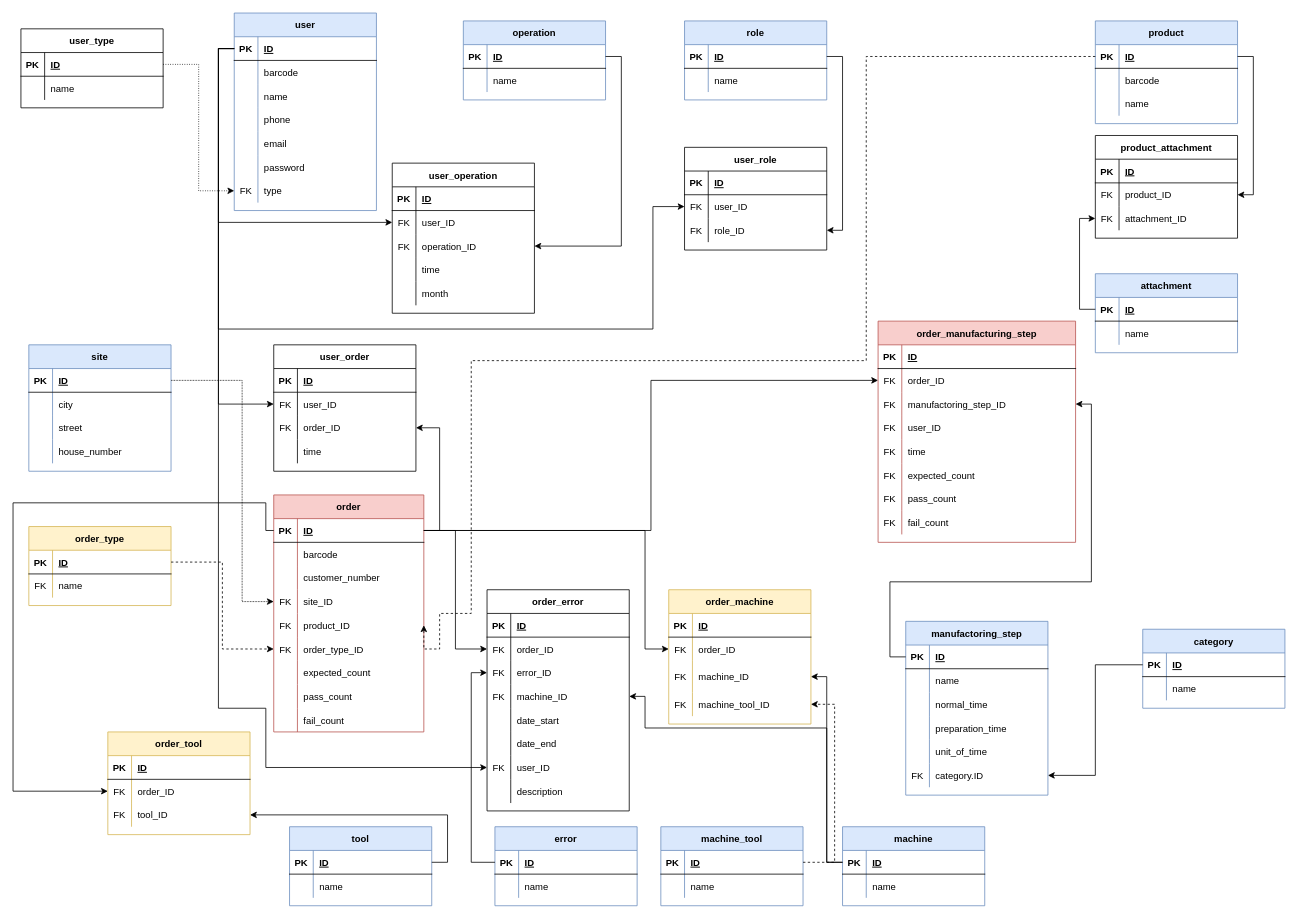
Before: DOC/diagrams/database_plan_2_0_0.drawio in KerteszZoltan/mesterminal, a draw.io diagram. Source tidied: cells renumbered, new cells numbered last; positions are measured from the earlier drawing's top-left corner, leaving out a move shared by most shapes. Both pictures are drawn from the tidied source at 79%, with x=0, y=0 at pixel (13, 13).
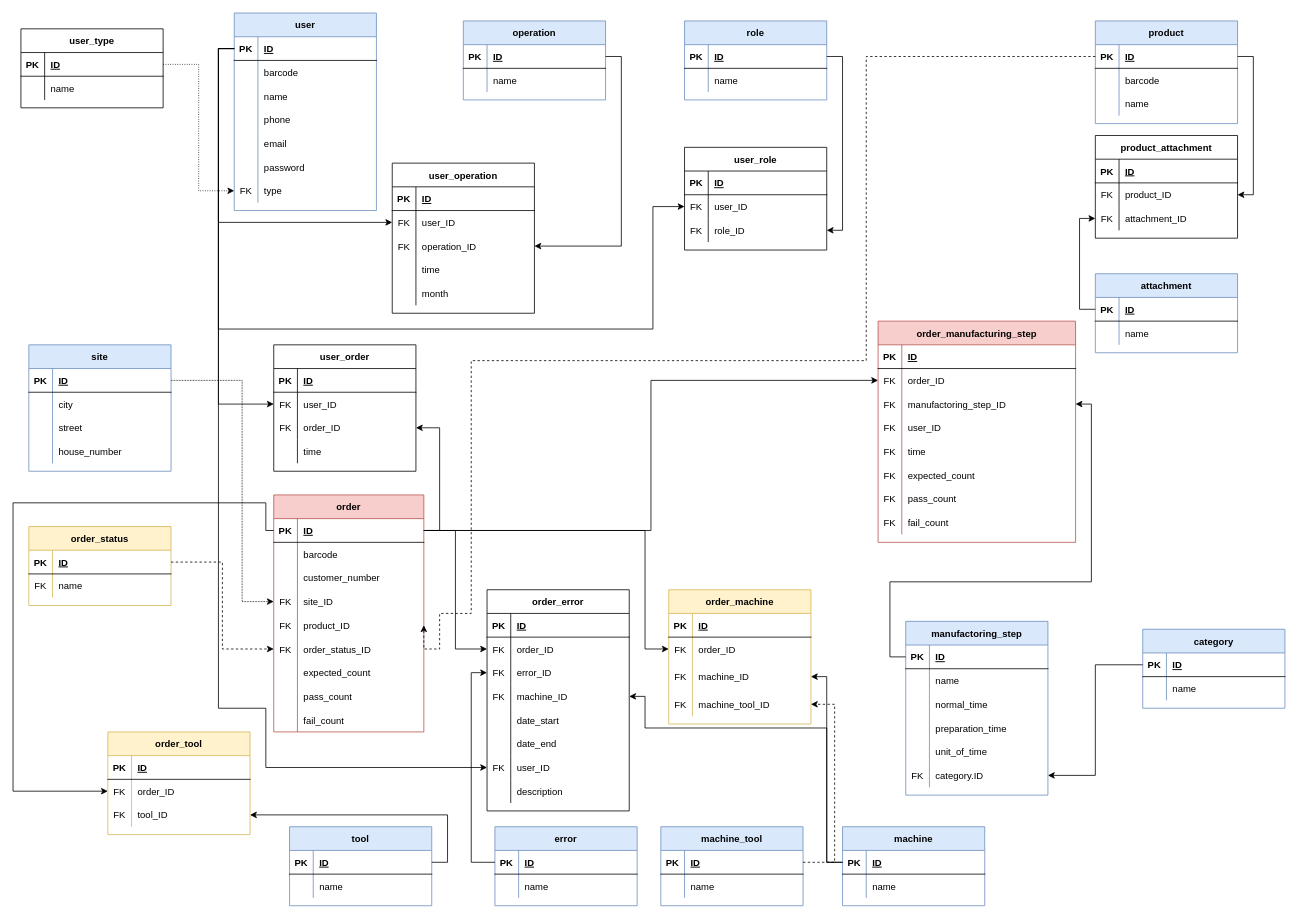
The same diagram, later.

Commit message:
order status

The change refers to these unchanged cells:
```xml
<mxCell id="84" style="shape=partialRectangle;fillColor=none;top=0;left=0;bottom=0;right=0;points=[[0,0.5],[1,0.5]];portConstraint=eastwest;" parent="68" vertex="1">
  <mxGeometry y="180" width="190" height="30" as="geometry" />
</mxCell>
```

Diff of the diagram source:
```diff
@@
-    <mxCell id="86" value="order_type_ID" style="shape=partialRectangle;fillColor=none;top=0;left=0;bottom=0;right=0;align=left;spacingLeft=6;overflow=hidden;" parent="84" vertex="1">
+    <mxCell id="86" value="order_status_ID" style="shape=partialRectangle;fillColor=none;top=0;left=0;bottom=0;right=0;align=left;spacingLeft=6;overflow=hidden;" parent="84" vertex="1">
       <mxGeometry x="30" width="160" height="30" as="geometry" />
     </mxCell>
@@
-    <mxCell id="186" value="order_type" style="shape=table;startSize=30;childLayout=tableLayout;rowLines=0;fontStyle=1;align=center;fillColor=#fff2cc;strokeColor=#d6b656;" parent="1" vertex="1">
+    <mxCell id="186" value="order_status" style="shape=table;startSize=30;childLayout=tableLayout;rowLines=0;fontStyle=1;align=center;fillColor=#fff2cc;strokeColor=#d6b656;" parent="1" vertex="1">
       <mxGeometry x="20" y="650" width="180" height="100" as="geometry" />
     </mxCell>
```
